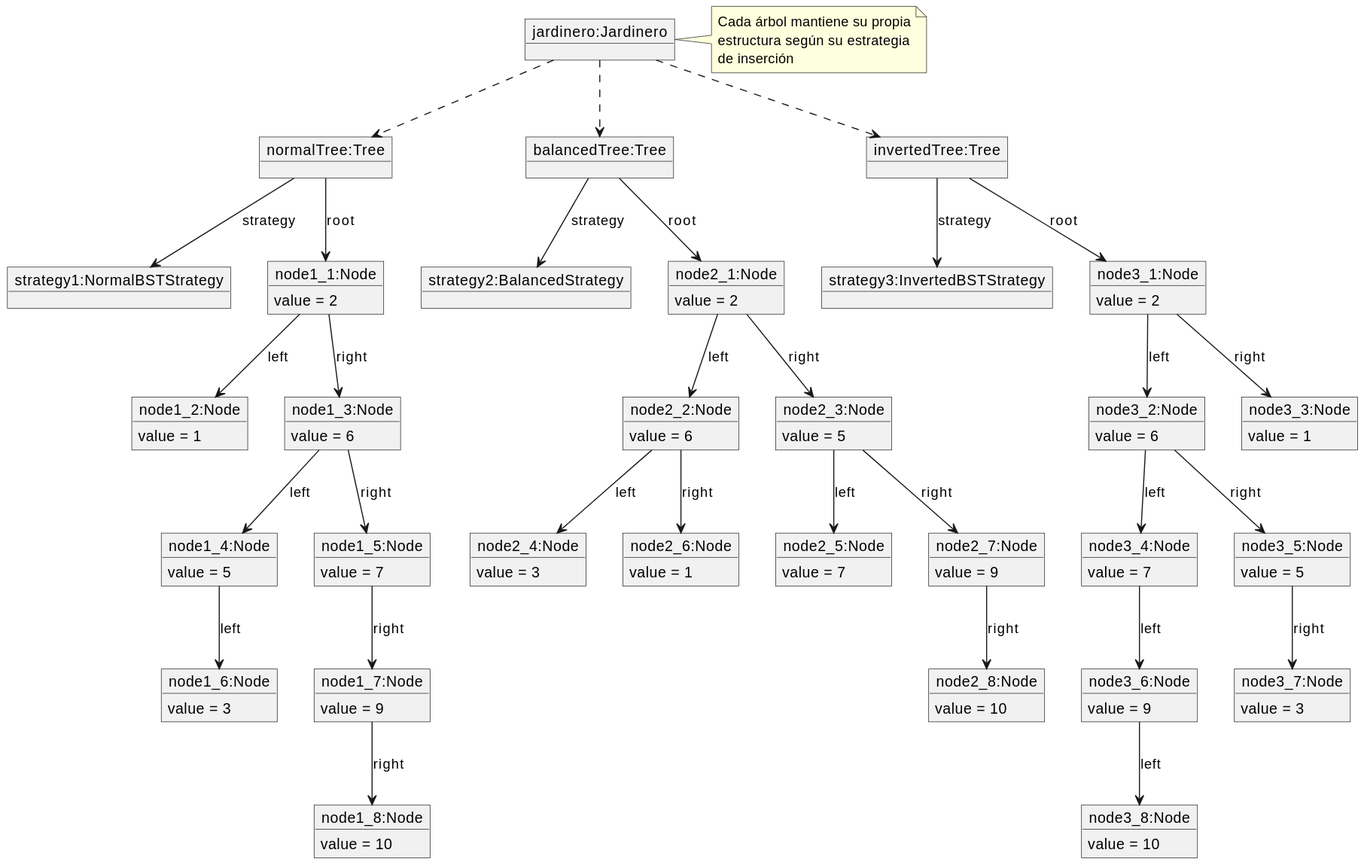
The PlantUML diagram images/modelosUML/DdO-EstrategiasComoInterfaces-EF.svg in mmasias/24-25-EDA1, before a commit.
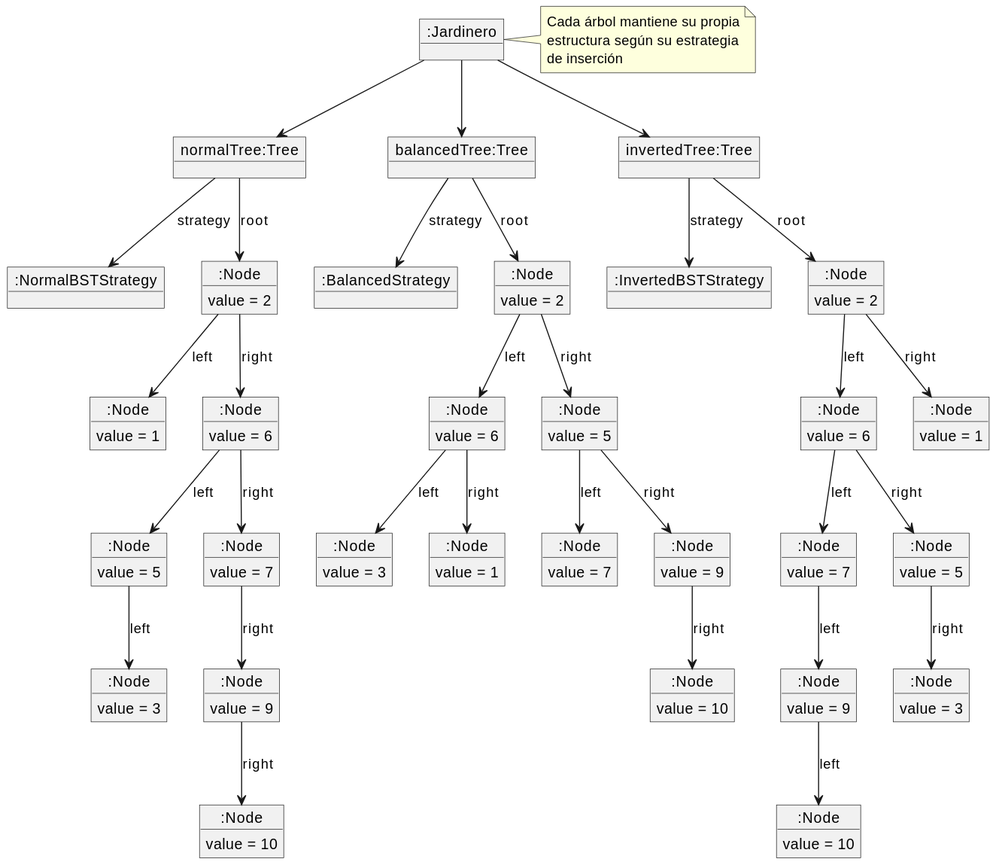
Above is the later version.

What changed in the source:
```diff
@@ -1,92 +1,92 @@
 @startuml
-object "jardinero:Jardinero" as jardinero
+object ":Jardinero" as jardinero
 
 object "normalTree:Tree" as tree1
 object "balancedTree:Tree" as tree2
 object "invertedTree:Tree" as tree3
 
-object "strategy1:NormalBSTStrategy" as strat1
-object "strategy2:BalancedStrategy" as strat2
-object "strategy3:InvertedBSTStrategy" as strat3
+object ":NormalBSTStrategy" as strat1
+object ":BalancedStrategy" as strat2
+object ":InvertedBSTStrategy" as strat3
 
-object "node1_1:Node" as n1_1 {
+object ":Node" as n1_1 {
     value = 2
 }
-object "node1_2:Node" as n1_2 {
+object ":Node" as n1_2 {
     value = 1
 }
-object "node1_3:Node" as n1_3 {
+object ":Node" as n1_3 {
     value = 6
 }
-object "node1_4:Node" as n1_4 {
+object ":Node" as n1_4 {
     value = 5
 }
-object "node1_5:Node" as n1_5 {
+object ":Node" as n1_5 {
     value = 7
 }
-object "node1_6:Node" as n1_6 {
+object ":Node" as n1_6 {
     value = 3
 }
-object "node1_7:Node" as n1_7 {
+object ":Node" as n1_7 {
     value = 9
 }
-object "node1_8:Node" as n1_8 {
+object ":Node" as n1_8 {
     value = 10
 }
 
-object "node2_1:Node" as n2_1 {
+object ":Node" as n2_1 {
     value = 2
 }
-object "node2_2:Node" as n2_2 {
+object ":Node" as n2_2 {
     value = 6
 }
-object "node2_3:Node" as n2_3 {
+object ":Node" as n2_3 {
     value = 5
 }
-object "node2_4:Node" as n2_4 {
+object ":Node" as n2_4 {
     value = 3
 }
-object "node2_5:Node" as n2_5 {
+object ":Node" as n2_5 {
     value = 7
 }
-object "node2_6:Node" as n2_6 {
+object ":Node" as n2_6 {
     value = 1
 }
-object "node2_7:Node" as n2_7 {
+object ":Node" as n2_7 {
     value = 9
 }
-object "node2_8:Node" as n2_8 {
+object ":Node" as n2_8 {
     value = 10
 }
 
-object "node3_1:Node" as n3_1 {
+object ":Node" as n3_1 {
     value = 2
 }
-object "node3_2:Node" as n3_2 {
+object ":Node" as n3_2 {
     value = 6
 }
-object "node3_3:Node" as n3_3 {
+object ":Node" as n3_3 {
     value = 1
 }
-object "node3_4:Node" as n3_4 {
+object ":Node" as n3_4 {
     value = 7
 }
-object "node3_5:Node" as n3_5 {
+object ":Node" as n3_5 {
     value = 5
 }
-object "node3_6:Node" as n3_6 {
+object ":Node" as n3_6 {
     value = 9
 }
-object "node3_7:Node" as n3_7 {
+object ":Node" as n3_7 {
     value = 3
 }
-object "node3_8:Node" as n3_8 {
+object ":Node" as n3_8 {
     value = 10
 }
 
-jardinero ..> tree1
-jardinero ..> tree2
-jardinero ..> tree3
+jardinero --> tree1
+jardinero --> tree2
+jardinero --> tree3
 
 tree1 --> strat1 : strategy
 tree2 --> strat2 : strategy
```
